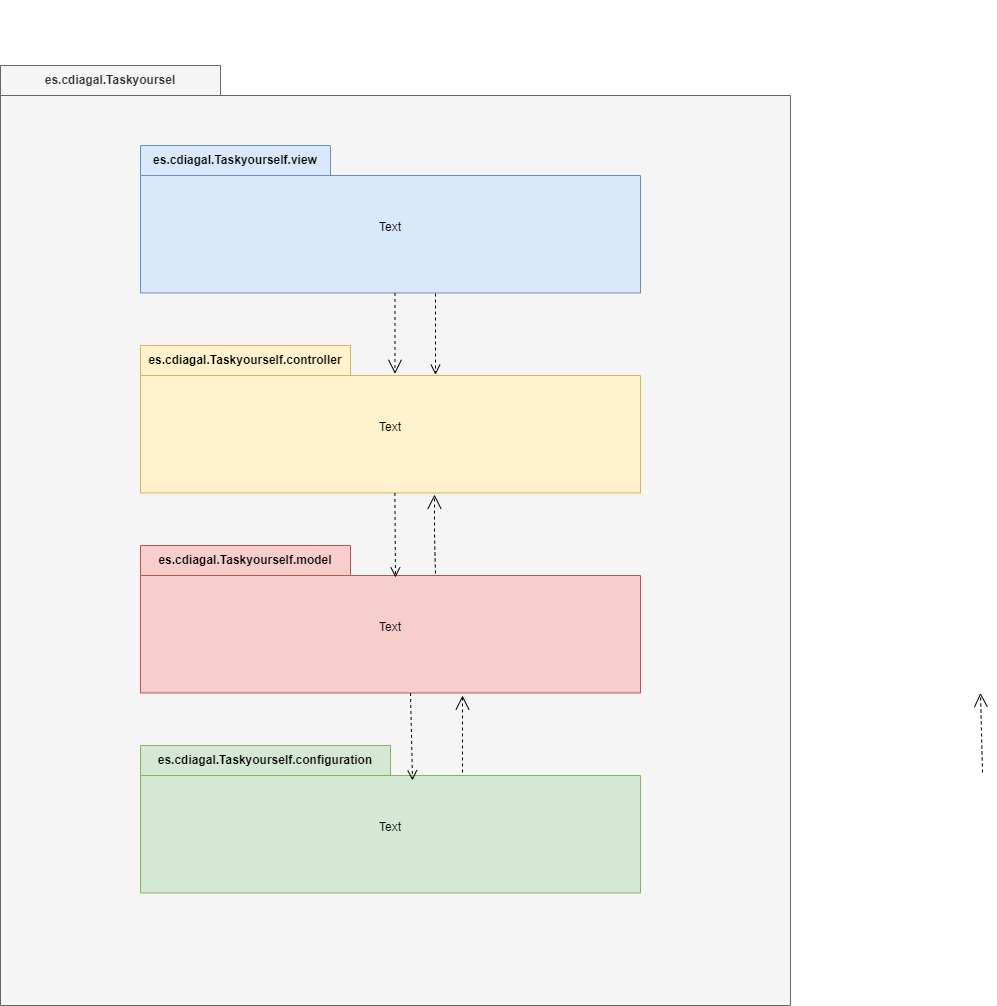
Cdiagal/app-project-2 keeps this draw.io diagram as images/diagrama_de_paquetes.drawio.png. Above is the earlier version. Source tidied: cells renumbered, new cells last; positions are measured from the earlier drawing's top-left corner, leaving out a move shared by most shapes.
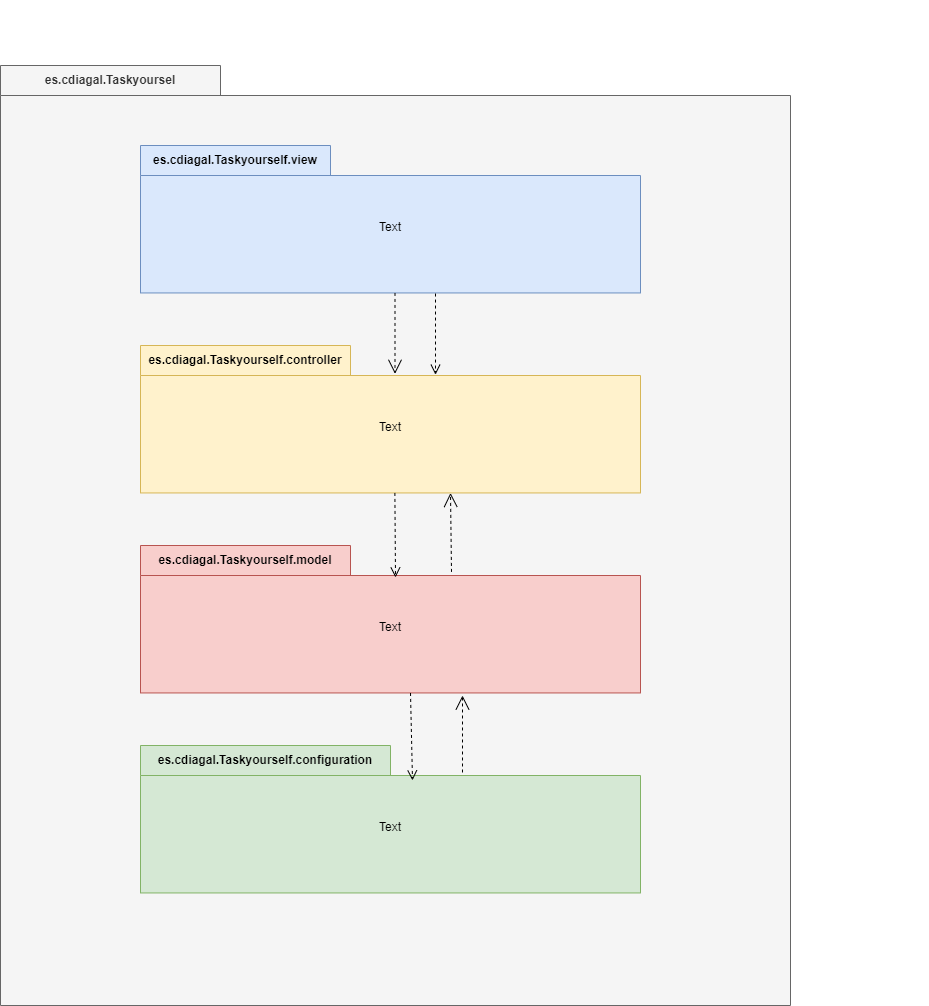
The same file after the commit.

Commit message:
Se añade diagrama de clases que no fué añadido anteriormente por despiste

Change to the diagram source:
```diff
@@ -66,21 +66,14 @@
         <mxPoint x="394.5" y="308.3" as="targetPoint" />
       </mxGeometry>
     </mxCell>
-    <mxCell id="17" style="edgeStyle=none;html=1;endArrow=open;endSize=12;dashed=1;verticalAlign=bottom;fontColor=#000000;exitX=0.59;exitY=0.19;exitDx=0;exitDy=0;exitPerimeter=0;entryX=0.588;entryY=1.011;entryDx=0;entryDy=0;entryPerimeter=0;strokeColor=#000000;" parent="2" edge="1" source="8" target="10">
+    <mxCell id="17" style="edgeStyle=none;html=1;endArrow=open;endSize=12;dashed=1;verticalAlign=bottom;fontColor=#000000;exitX=0.59;exitY=0.19;exitDx=0;exitDy=0;exitPerimeter=0;entryX=0.588;entryY=1.011;entryDx=0;entryDy=0;entryPerimeter=0;strokeColor=#000000;" parent="2" edge="1">
       <mxGeometry relative="1" as="geometry">
-        <Array as="points">
-          <mxPoint x="434" y="470" />
-        </Array>
+        <mxPoint x="451" y="506.4" as="sourcePoint" />
+        <mxPoint x="450" y="427.5" as="targetPoint" />
       </mxGeometry>
     </mxCell>
     <mxCell id="18" value="&lt;font color=&quot;#ffffff&quot;&gt;es.cdiagal.Taskyourself(&lt;/font&gt;" style="text;html=1;align=center;verticalAlign=middle;strokeColor=none;fillColor=none;fontColor=#000000;" parent="1" vertex="1">
       <mxGeometry x="778" width="150" height="30" as="geometry" />
     </mxCell>
-    <mxCell id="19" style="edgeStyle=none;html=1;endArrow=open;endSize=12;dashed=1;verticalAlign=bottom;fontColor=#000000;exitX=0.644;exitY=0.183;exitDx=0;exitDy=0;exitPerimeter=0;entryX=0.616;entryY=1.004;entryDx=0;entryDy=0;entryPerimeter=0;strokeColor=#000000;" parent="1" edge="1">
-      <mxGeometry relative="1" as="geometry">
-        <mxPoint x="982" y="772" as="sourcePoint" />
-        <mxPoint x="980" y="692.4" as="targetPoint" />
-      </mxGeometry>
-    </mxCell>
   </root>
 </mxGraphModel>
```
